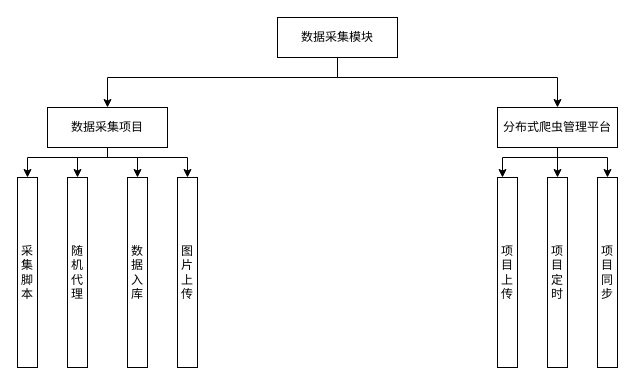
stormwasd/draw_io keeps this draw.io diagram as 数据采集功能模块图.drawio. Above is the earlier version. Source tidied: cells renumbered, new cells numbered last; positions are measured from the earlier drawing's top-left corner, leaving out a move shared by most shapes. Both pictures are drawn from the tidied source at 100%, with x=0, y=0 at pixel (17, 17).
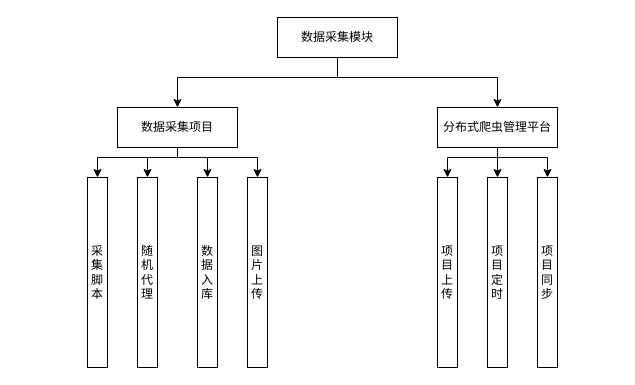
The same diagram, later.

Commit message (it also covers changes not shown here):
更新数据采集功能模块图.drawio

The change refers to these unchanged cells:
```xml
<mxCell id="4" value="数据采集模块" style="rounded=0;whiteSpace=wrap;html=1;" parent="1" vertex="1">
  <mxGeometry x="260" width="120" height="40" as="geometry" />
</mxCell>
```

The edit, as a diff of the source:
```diff
@@
     <mxCell id="2" style="edgeStyle=orthogonalEdgeStyle;rounded=0;jettySize=auto;html=1;" parent="1" edge="1" source="4" target="9">
       <mxGeometry relative="1" as="geometry">
         <Array as="points">
           <mxPoint x="320" y="60" />
-          <mxPoint x="90" y="60" />
+          <mxPoint x="160" y="60" />
         </Array>
       </mxGeometry>
     </mxCell>
     <mxCell id="3" style="edgeStyle=orthogonalEdgeStyle;rounded=0;jettySize=auto;html=1;entryX=0.5;entryY=0;entryDx=0;entryDy=0;" parent="1" edge="1" source="4" target="13">
       <mxGeometry relative="1" as="geometry">
         <Array as="points">
           <mxPoint x="320" y="60" />
-          <mxPoint x="540" y="60" />
+          <mxPoint x="480" y="60" />
         </Array>
       </mxGeometry>
     </mxCell>
@@
     <mxCell id="5" style="edgeStyle=orthogonalEdgeStyle;rounded=0;jettySize=auto;html=1;entryX=0.5;entryY=0;entryDx=0;entryDy=0;" parent="1" edge="1" source="9" target="14">
       <mxGeometry relative="1" as="geometry">
         <Array as="points">
-          <mxPoint x="90" y="140" />
-          <mxPoint x="10" y="140" />
+          <mxPoint x="160" y="140" />
+          <mxPoint x="80" y="140" />
         </Array>
       </mxGeometry>
     </mxCell>
     <mxCell id="6" style="edgeStyle=orthogonalEdgeStyle;rounded=0;jettySize=auto;html=1;entryX=0.5;entryY=0;entryDx=0;entryDy=0;" parent="1" edge="1" source="9" target="16">
       <mxGeometry relative="1" as="geometry">
         <Array as="points">
-          <mxPoint x="90" y="140" />
-          <mxPoint x="170" y="140" />
+          <mxPoint x="160" y="140" />
+          <mxPoint x="240" y="140" />
         </Array>
       </mxGeometry>
     </mxCell>
     <mxCell id="7" style="edgeStyle=orthogonalEdgeStyle;rounded=0;jettySize=auto;html=1;entryX=0.5;entryY=0;entryDx=0;entryDy=0;" parent="1" edge="1" source="9" target="15">
       <mxGeometry relative="1" as="geometry">
         <Array as="points">
-          <mxPoint x="90" y="140" />
-          <mxPoint x="60" y="140" />
+          <mxPoint x="160" y="140" />
+          <mxPoint x="130" y="140" />
         </Array>
       </mxGeometry>
     </mxCell>
     <mxCell id="8" style="edgeStyle=orthogonalEdgeStyle;rounded=0;jettySize=auto;html=1;entryX=0.5;entryY=0;entryDx=0;entryDy=0;" parent="1" edge="1" source="9" target="17">
       <mxGeometry relative="1" as="geometry">
         <Array as="points">
-          <mxPoint x="90" y="140" />
-          <mxPoint x="120" y="140" />
+          <mxPoint x="160" y="140" />
+          <mxPoint x="190" y="140" />
         </Array>
       </mxGeometry>
     </mxCell>
     <mxCell id="9" value="数据采集项目" style="rounded=0;whiteSpace=wrap;html=1;" parent="1" vertex="1">
-      <mxGeometry x="30" y="90" width="120" height="40" as="geometry" />
+      <mxGeometry x="100" y="90" width="120" height="40" as="geometry" />
     </mxCell>
-    <mxCell id="10" style="edgeStyle=orthogonalEdgeStyle;rounded=0;jettySize=auto;html=1;entryX=0.25;entryY=0;entryDx=0;entryDy=0;" parent="1" edge="1" source="13" target="18">
-      <mxGeometry relative="1" as="geometry">
-        <Array as="points">
-          <mxPoint x="540" y="140" />
-          <mxPoint x="485" y="140" />
-        </Array>
-      </mxGeometry>
-    </mxCell>
@@
     <mxCell id="12" style="edgeStyle=orthogonalEdgeStyle;rounded=0;jettySize=auto;html=1;entryX=0.5;entryY=0;entryDx=0;entryDy=0;" parent="1" edge="1" source="13" target="20">
       <mxGeometry relative="1" as="geometry">
         <Array as="points">
-          <mxPoint x="540" y="140" />
-          <mxPoint x="590" y="140" />
+          <mxPoint x="480" y="140" />
+          <mxPoint x="530" y="140" />
         </Array>
       </mxGeometry>
     </mxCell>
+    <mxCell id="10" style="edgeStyle=orthogonalEdgeStyle;rounded=0;jettySize=auto;html=1;entryX=0.5;entryY=0;entryDx=0;entryDy=0;" parent="1" edge="1" source="13" target="18">
+      <mxGeometry relative="1" as="geometry">
+        <Array as="points">
+          <mxPoint x="480" y="140" />
+          <mxPoint x="430" y="140" />
+        </Array>
+      </mxGeometry>
+    </mxCell>
     <mxCell id="13" value="分布式爬虫管理平台" style="rounded=0;whiteSpace=wrap;html=1;" parent="1" vertex="1">
-      <mxGeometry x="480" y="90" width="120" height="40" as="geometry" />
+      <mxGeometry x="420" y="90" width="120" height="40" as="geometry" />
     </mxCell>
     <mxCell id="14" value="采集脚本" style="rounded=0;whiteSpace=wrap;html=1;" parent="1" vertex="1">
-      <mxGeometry y="160" width="20" height="190" as="geometry" />
+      <mxGeometry x="70" y="160" width="20" height="190" as="geometry" />
     </mxCell>
     <mxCell id="15" value="随机代理" style="rounded=0;whiteSpace=wrap;html=1;" parent="1" vertex="1">
-      <mxGeometry x="50" y="160" width="20" height="190" as="geometry" />
+      <mxGeometry x="120" y="160" width="20" height="190" as="geometry" />
     </mxCell>
     <mxCell id="16" value="图片上传" style="rounded=0;whiteSpace=wrap;html=1;" parent="1" vertex="1">
-      <mxGeometry x="160" y="160" width="20" height="190" as="geometry" />
+      <mxGeometry x="230" y="160" width="20" height="190" as="geometry" />
     </mxCell>
     <mxCell id="17" value="数据入库" style="rounded=0;whiteSpace=wrap;html=1;" parent="1" vertex="1">
-      <mxGeometry x="110" y="160" width="20" height="190" as="geometry" />
+      <mxGeometry x="180" y="160" width="20" height="190" as="geometry" />
     </mxCell>
     <mxCell id="18" value="项目上传" style="rounded=0;whiteSpace=wrap;html=1;" parent="1" vertex="1">
-      <mxGeometry x="480" y="160" width="20" height="190" as="geometry" />
+      <mxGeometry x="420" y="160" width="20" height="190" as="geometry" />
     </mxCell>
     <mxCell id="19" value="项目定时" style="rounded=0;whiteSpace=wrap;html=1;" parent="1" vertex="1">
-      <mxGeometry x="530" y="160" width="20" height="190" as="geometry" />
+      <mxGeometry x="470" y="160" width="20" height="190" as="geometry" />
     </mxCell>
     <mxCell id="20" value="项目同步" style="rounded=0;whiteSpace=wrap;html=1;" parent="1" vertex="1">
-      <mxGeometry x="580" y="160" width="20" height="190" as="geometry" />
+      <mxGeometry x="520" y="160" width="20" height="190" as="geometry" />
     </mxCell>
```
